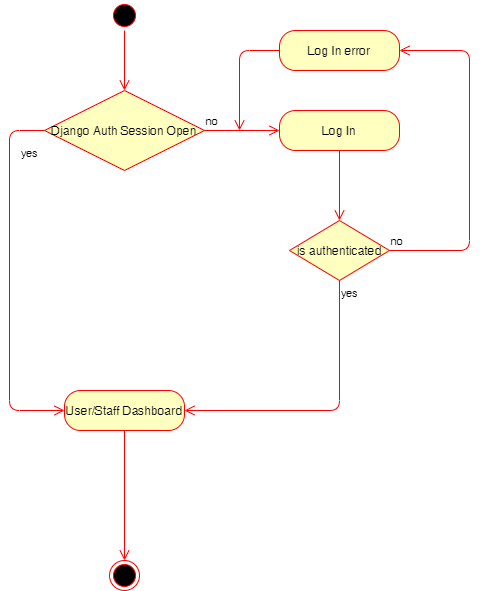
renttrent/Techengers keeps this draw.io diagram as Diagrams/ActivityDiagrams/ad-login.png. Above is the earlier version. Source tidied: cells renumbered, new cells last; positions are measured from the earlier drawing's top-left corner, leaving out a move shared by most shapes.
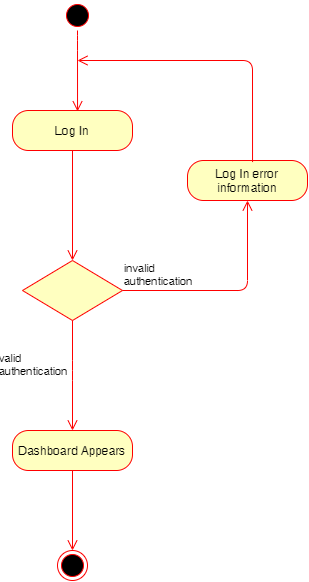
Later version of the same file.

Diff of the diagram source:
```diff
@@ -6,72 +6,56 @@
       <mxGeometry x="100" y="560" width="30" height="30" as="geometry" />
     </mxCell>
     <mxCell id="3" style="ellipse;html=1;shape=startState;fillColor=#000000;strokeColor=#ff0000;" parent="1" vertex="1">
-      <mxGeometry x="100" width="30" height="30" as="geometry" />
+      <mxGeometry x="105" y="10" width="30" height="30" as="geometry" />
     </mxCell>
-    <mxCell id="4" style="edgeStyle=orthogonalEdgeStyle;html=1;verticalAlign=bottom;endArrow=open;endSize=8;strokeColor=#ff0000;entryX=0.5;entryY=0;entryDx=0;entryDy=0;" parent="1" edge="1" source="3">
+    <mxCell id="4" style="edgeStyle=orthogonalEdgeStyle;html=1;verticalAlign=bottom;endArrow=open;endSize=8;strokeColor=#ff0000;entryX=0.542;entryY=0.022;entryDx=0;entryDy=0;entryPerimeter=0;" parent="1" edge="1" source="3" target="11">
       <mxGeometry relative="1" as="geometry">
-        <mxPoint x="115" y="90" as="targetPoint" />
+        <Array as="points">
+          <mxPoint x="120" y="50" />
+          <mxPoint x="120" y="50" />
+        </Array>
       </mxGeometry>
     </mxCell>
-    <mxCell id="5" value="Django Auth Session Open" style="rhombus;whiteSpace=wrap;html=1;fillColor=#ffffc0;strokeColor=#ff0000;" parent="1" vertex="1">
-      <mxGeometry x="35" y="90" width="160" height="80" as="geometry" />
-    </mxCell>
-    <mxCell id="6" value="no" style="edgeStyle=orthogonalEdgeStyle;html=1;align=left;verticalAlign=bottom;endArrow=open;endSize=8;strokeColor=#ff0000;" parent="1" edge="1" source="5">
-      <mxGeometry x="-1" relative="1" as="geometry">
-        <mxPoint x="270" y="130" as="targetPoint" />
-      </mxGeometry>
-    </mxCell>
-    <mxCell id="7" value="yes" style="edgeStyle=orthogonalEdgeStyle;html=1;align=left;verticalAlign=top;endArrow=open;endSize=8;strokeColor=#ff0000;" parent="1" edge="1" source="5" target="15">
-      <mxGeometry x="-0.76" y="10" relative="1" as="geometry">
-        <Array as="points">
-          <mxPoint y="130" />
-          <mxPoint y="410" />
-        </Array>
-      </mxGeometry>
-    </mxCell>
-    <mxCell id="8" value="is authenticated" style="rhombus;whiteSpace=wrap;html=1;fillColor=#ffffc0;strokeColor=#ff0000;" parent="1" vertex="1">
-      <mxGeometry x="280" y="220" width="100" height="60" as="geometry" />
+    <mxCell id="8" style="rhombus;whiteSpace=wrap;html=1;fillColor=#ffffc0;strokeColor=#ff0000;" parent="1" vertex="1">
+      <mxGeometry x="65" y="270" width="100" height="60" as="geometry" />
     </mxCell>
-    <mxCell id="9" value="no" style="edgeStyle=orthogonalEdgeStyle;html=1;align=left;verticalAlign=bottom;endArrow=open;endSize=8;strokeColor=#ff0000;entryX=1;entryY=0.5;entryDx=0;entryDy=0;" parent="1" edge="1" source="8" target="13">
+    <mxCell id="9" value="invalid &lt;br&gt;authentication" style="edgeStyle=orthogonalEdgeStyle;html=1;align=left;verticalAlign=bottom;endArrow=open;endSize=8;strokeColor=#ff0000;entryX=0.5;entryY=1;entryDx=0;entryDy=0;" parent="1" edge="1" source="8" target="13">
       <mxGeometry x="-1" relative="1" as="geometry">
         <Array as="points">
-          <mxPoint x="460" y="250" />
-          <mxPoint x="460" y="50" />
+          <mxPoint x="290" y="300" />
         </Array>
       </mxGeometry>
     </mxCell>
-    <mxCell id="10" value="yes" style="edgeStyle=orthogonalEdgeStyle;html=1;align=left;verticalAlign=top;endArrow=open;endSize=8;strokeColor=#ff0000;entryX=1;entryY=0.5;entryDx=0;entryDy=0;" parent="1" edge="1" source="8" target="15">
-      <mxGeometry x="-1" relative="1" as="geometry">
-        <Array as="points">
-          <mxPoint x="330" y="410" />
-        </Array>
-      </mxGeometry>
-    </mxCell>
     <mxCell id="11" value="Log In" style="rounded=1;whiteSpace=wrap;html=1;arcSize=40;fontColor=#000000;fillColor=#ffffc0;strokeColor=#ff0000;" parent="1" vertex="1">
-      <mxGeometry x="270" y="110" width="120" height="40" as="geometry" />
+      <mxGeometry x="55" y="120" width="120" height="40" as="geometry" />
     </mxCell>
-    <mxCell id="12" style="edgeStyle=orthogonalEdgeStyle;html=1;verticalAlign=bottom;endArrow=open;endSize=8;strokeColor=#ff0000;" parent="1" edge="1" source="11">
-      <mxGeometry relative="1" as="geometry">
-        <mxPoint x="330" y="220" as="targetPoint" />
-      </mxGeometry>
+    <mxCell id="12" style="edgeStyle=orthogonalEdgeStyle;html=1;verticalAlign=bottom;endArrow=open;endSize=8;strokeColor=#ff0000;" parent="1" edge="1" source="11" target="8">
+      <mxGeometry relative="1" as="geometry" />
     </mxCell>
-    <mxCell id="13" value="Log In error" style="rounded=1;whiteSpace=wrap;html=1;arcSize=40;fontColor=#000000;fillColor=#ffffc0;strokeColor=#ff0000;" parent="1" vertex="1">
-      <mxGeometry x="270" y="30" width="120" height="40" as="geometry" />
+    <mxCell id="13" value="Log In error information" style="rounded=1;whiteSpace=wrap;html=1;arcSize=40;fontColor=#000000;fillColor=#ffffc0;strokeColor=#ff0000;" parent="1" vertex="1">
+      <mxGeometry x="230" y="170" width="120" height="40" as="geometry" />
     </mxCell>
-    <mxCell id="14" style="edgeStyle=orthogonalEdgeStyle;html=1;verticalAlign=bottom;endArrow=open;endSize=8;strokeColor=#ff0000;" parent="1" edge="1" source="13">
-      <mxGeometry relative="1" as="geometry">
-        <mxPoint x="230" y="130" as="targetPoint" />
-        <Array as="points">
-          <mxPoint x="230" y="50" />
-          <mxPoint x="230" y="130" />
-        </Array>
-      </mxGeometry>
-    </mxCell>
-    <mxCell id="15" value="User/Staff Dashboard" style="rounded=1;whiteSpace=wrap;html=1;arcSize=40;fontColor=#000000;fillColor=#ffffc0;strokeColor=#ff0000;" parent="1" vertex="1">
-      <mxGeometry x="55" y="390" width="120" height="40" as="geometry" />
+    <mxCell id="15" value="Dashboard Appears" style="rounded=1;whiteSpace=wrap;html=1;arcSize=40;fontColor=#000000;fillColor=#ffffc0;strokeColor=#ff0000;" parent="1" vertex="1">
+      <mxGeometry x="55" y="440" width="120" height="40" as="geometry" />
     </mxCell>
     <mxCell id="16" style="edgeStyle=orthogonalEdgeStyle;html=1;verticalAlign=bottom;endArrow=open;endSize=8;strokeColor=#ff0000;" parent="1" edge="1" source="15" target="2">
       <mxGeometry relative="1" as="geometry" />
     </mxCell>
+    <mxCell id="17" style="edgeStyle=orthogonalEdgeStyle;html=1;verticalAlign=bottom;endArrow=open;endSize=8;strokeColor=#ff0000;exitX=0.542;exitY=0.039;exitDx=0;exitDy=0;exitPerimeter=0;" parent="1" edge="1" source="13">
+      <mxGeometry relative="1" as="geometry">
+        <mxPoint x="120" y="70" as="targetPoint" />
+        <Array as="points">
+          <mxPoint x="295" y="70" />
+        </Array>
+      </mxGeometry>
+    </mxCell>
+    <mxCell id="10" value="valid &lt;br&gt;authentication" style="edgeStyle=orthogonalEdgeStyle;html=1;align=left;verticalAlign=bottom;endArrow=open;endSize=8;strokeColor=#ff0000;" parent="1" edge="1" source="8" target="15">
+      <mxGeometry x="0.09" y="-75" relative="1" as="geometry">
+        <Array as="points">
+          <mxPoint x="115" y="380" />
+          <mxPoint x="115" y="380" />
+        </Array>
+      </mxGeometry>
+    </mxCell>
   </root>
 </mxGraphModel>
```
